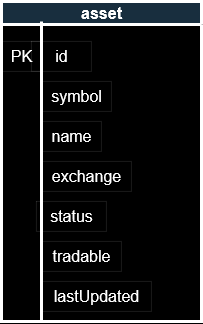
The draw.io diagram option-scanner/docs/OptionScanner.drawio.png in LarryDevinCarter/OptionScanner, before a commit. Source tidied: cells renumbered, new cells last; positions are measured from the earlier drawing's top-left corner, leaving out a move shared by most shapes.
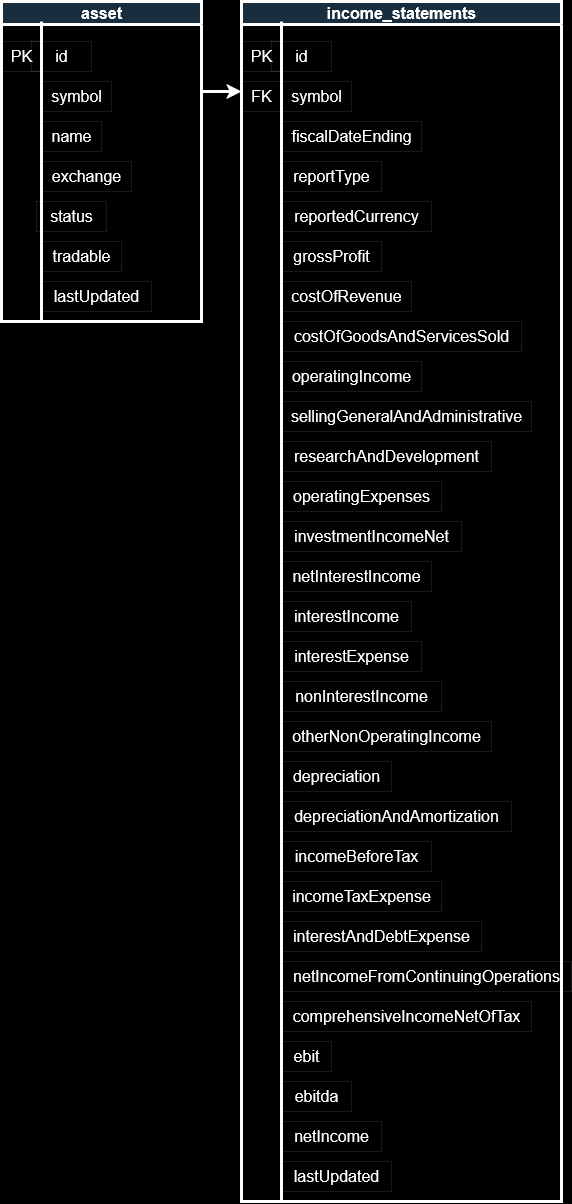
Later version of the same file.

Commit message:
add income statement processing and handled exceptions

The edit, as a diff of the source:
```diff
@@ -35,5 +35,112 @@
         <mxPoint x="40" y="20" as="targetPoint" />
       </mxGeometry>
     </mxCell>
+    <mxCell id="12" value="income_statements" style="swimlane;html=1;strokeColor=#FFFFFF;fontColor=#FFFFFF;fontSize=16;fillColor=#182E3E;strokeWidth=3;startSize=23;" parent="1" vertex="1">
+      <mxGeometry x="240" width="320" height="1200" as="geometry" />
+    </mxCell>
+    <mxCell id="13" value="PK " style="text;html=1;align=center;verticalAlign=middle;strokeColor=#FFFFFF;fontColor=#FFFFFF;fontSize=16;strokeWidth=0;" parent="12" vertex="1">
+      <mxGeometry y="40" width="40" height="30" as="geometry" />
+    </mxCell>
+    <mxCell id="14" value="id" style="text;html=1;align=center;verticalAlign=middle;rounded=0;strokeColor=#FFFFFF;fontColor=#FFFFFF;fontSize=16;strokeWidth=0;" parent="12" vertex="1">
+      <mxGeometry x="30" y="40" width="60" height="30" as="geometry" />
+    </mxCell>
+    <mxCell id="15" value="&lt;div&gt;symbol&lt;/div&gt;" style="text;html=1;align=center;verticalAlign=middle;strokeColor=#FFFFFF;fontColor=#FFFFFF;fontSize=16;strokeWidth=0;" parent="12" vertex="1">
+      <mxGeometry x="40" y="80" width="70" height="30" as="geometry" />
+    </mxCell>
+    <mxCell id="16" value="&lt;div&gt;fiscalDateEnding&lt;/div&gt;" style="text;html=1;align=center;verticalAlign=middle;strokeColor=#FFFFFF;fontColor=#FFFFFF;fontSize=16;strokeWidth=0;" parent="12" vertex="1">
+      <mxGeometry x="40" y="120" width="140" height="30" as="geometry" />
+    </mxCell>
+    <mxCell id="17" value="reportedCurrency" style="text;html=1;align=center;verticalAlign=middle;strokeColor=#FFFFFF;fontColor=#FFFFFF;fontSize=16;strokeWidth=0;" parent="12" vertex="1">
+      <mxGeometry x="40" y="200" width="150" height="30" as="geometry" />
+    </mxCell>
+    <mxCell id="18" value="reportType" style="text;html=1;align=center;verticalAlign=middle;strokeColor=#FFFFFF;fontColor=#FFFFFF;fontSize=16;strokeWidth=0;" parent="12" vertex="1">
+      <mxGeometry x="40" y="160" width="100" height="30" as="geometry" />
+    </mxCell>
+    <mxCell id="19" value="grossProfit" style="text;html=1;align=center;verticalAlign=middle;strokeColor=#FFFFFF;fontColor=#FFFFFF;fontSize=16;strokeWidth=0;" parent="12" vertex="1">
+      <mxGeometry x="40" y="240" width="100" height="30" as="geometry" />
+    </mxCell>
+    <mxCell id="20" value="costOfRevenue" style="text;html=1;align=center;verticalAlign=middle;strokeColor=#FFFFFF;fontColor=#FFFFFF;fontSize=16;strokeWidth=0;" parent="12" vertex="1">
+      <mxGeometry x="40" y="280" width="130" height="30" as="geometry" />
+    </mxCell>
+    <mxCell id="21" value="FK" style="text;html=1;align=center;verticalAlign=middle;points=[];strokeColor=#FFFFFF;fontColor=#FFFFFF;fontSize=16;strokeWidth=0;" parent="12" vertex="1">
+      <mxGeometry y="80" width="40" height="30" as="geometry" />
+    </mxCell>
+    <mxCell id="22" value="costOfGoodsAndServicesSold" style="text;html=1;align=center;verticalAlign=middle;strokeColor=#FFFFFF;fontColor=#FFFFFF;fontSize=16;strokeWidth=0;" parent="12" vertex="1">
+      <mxGeometry x="40" y="320" width="240" height="30" as="geometry" />
+    </mxCell>
+    <mxCell id="23" value="operatingIncome" style="text;html=1;align=center;verticalAlign=middle;strokeColor=#FFFFFF;fontColor=#FFFFFF;fontSize=16;strokeWidth=0;" parent="12" vertex="1">
+      <mxGeometry x="40" y="360" width="140" height="30" as="geometry" />
+    </mxCell>
+    <mxCell id="24" value="sellingGeneralAndAdministrative" style="text;html=1;align=center;verticalAlign=middle;strokeColor=#FFFFFF;fontColor=#FFFFFF;fontSize=16;strokeWidth=0;" parent="12" vertex="1">
+      <mxGeometry x="40" y="400" width="250" height="30" as="geometry" />
+    </mxCell>
+    <mxCell id="25" value="researchAndDevelopment" style="text;html=1;align=center;verticalAlign=middle;strokeColor=#FFFFFF;fontColor=#FFFFFF;fontSize=16;strokeWidth=0;" parent="12" vertex="1">
+      <mxGeometry x="40" y="440" width="210" height="30" as="geometry" />
+    </mxCell>
+    <mxCell id="26" value="operatingExpenses" style="text;html=1;align=center;verticalAlign=middle;strokeColor=#FFFFFF;fontColor=#FFFFFF;fontSize=16;strokeWidth=0;" parent="12" vertex="1">
+      <mxGeometry x="40" y="480" width="160" height="30" as="geometry" />
+    </mxCell>
+    <mxCell id="27" value="investmentIncomeNet" style="text;html=1;align=center;verticalAlign=middle;strokeColor=#FFFFFF;fontColor=#FFFFFF;fontSize=16;strokeWidth=0;" parent="12" vertex="1">
+      <mxGeometry x="40" y="520" width="180" height="30" as="geometry" />
+    </mxCell>
+    <mxCell id="28" value="netInterestIncome" style="text;html=1;align=center;verticalAlign=middle;strokeColor=#FFFFFF;fontColor=#FFFFFF;fontSize=16;strokeWidth=0;" parent="12" vertex="1">
+      <mxGeometry x="40" y="560" width="150" height="30" as="geometry" />
+    </mxCell>
+    <mxCell id="29" value="interestIncome" style="text;html=1;align=center;verticalAlign=middle;strokeColor=#FFFFFF;fontColor=#FFFFFF;fontSize=16;strokeWidth=0;" parent="12" vertex="1">
+      <mxGeometry x="40" y="600" width="130" height="30" as="geometry" />
+    </mxCell>
+    <mxCell id="30" value="interestExpense" style="text;html=1;align=center;verticalAlign=middle;strokeColor=#FFFFFF;fontColor=#FFFFFF;fontSize=16;strokeWidth=0;" parent="12" vertex="1">
+      <mxGeometry x="40" y="640" width="140" height="30" as="geometry" />
+    </mxCell>
+    <mxCell id="31" value="nonInterestIncome" style="text;html=1;align=center;verticalAlign=middle;strokeColor=#FFFFFF;fontColor=#FFFFFF;fontSize=16;strokeWidth=0;" parent="12" vertex="1">
+      <mxGeometry x="40" y="680" width="160" height="30" as="geometry" />
+    </mxCell>
+    <mxCell id="32" value="otherNonOperatingIncome" style="text;html=1;align=center;verticalAlign=middle;strokeColor=#FFFFFF;fontColor=#FFFFFF;fontSize=16;strokeWidth=0;" parent="12" vertex="1">
+      <mxGeometry x="40" y="720" width="210" height="30" as="geometry" />
+    </mxCell>
+    <mxCell id="33" value="depreciation" style="text;html=1;align=center;verticalAlign=middle;strokeColor=#FFFFFF;fontColor=#FFFFFF;fontSize=16;strokeWidth=0;" parent="12" vertex="1">
+      <mxGeometry x="40" y="760" width="110" height="30" as="geometry" />
+    </mxCell>
+    <mxCell id="34" value="depreciationAndAmortization" style="text;html=1;align=center;verticalAlign=middle;strokeColor=#FFFFFF;fontColor=#FFFFFF;fontSize=16;strokeWidth=0;" parent="12" vertex="1">
+      <mxGeometry x="40" y="800" width="230" height="30" as="geometry" />
+    </mxCell>
+    <mxCell id="35" value="incomeBeforeTax" style="text;html=1;align=center;verticalAlign=middle;strokeColor=#FFFFFF;fontColor=#FFFFFF;fontSize=16;strokeWidth=0;" parent="12" vertex="1">
+      <mxGeometry x="40" y="840" width="150" height="30" as="geometry" />
+    </mxCell>
+    <mxCell id="36" value="incomeTaxExpense" style="text;html=1;align=center;verticalAlign=middle;strokeColor=#FFFFFF;fontColor=#FFFFFF;fontSize=16;strokeWidth=0;" parent="12" vertex="1">
+      <mxGeometry x="40" y="880" width="160" height="30" as="geometry" />
+    </mxCell>
+    <mxCell id="37" value="interestAndDebtExpense" style="text;html=1;align=center;verticalAlign=middle;strokeColor=#FFFFFF;fontColor=#FFFFFF;fontSize=16;strokeWidth=0;" parent="12" vertex="1">
+      <mxGeometry x="40" y="920" width="200" height="30" as="geometry" />
+    </mxCell>
+    <mxCell id="38" value="netIncomeFromContinuingOperations" style="text;html=1;align=center;verticalAlign=middle;strokeColor=#FFFFFF;fontColor=#FFFFFF;fontSize=16;strokeWidth=0;" parent="12" vertex="1">
+      <mxGeometry x="40" y="960" width="290" height="30" as="geometry" />
+    </mxCell>
+    <mxCell id="39" value="comprehensiveIncomeNetOfTax" style="text;html=1;align=center;verticalAlign=middle;strokeColor=#FFFFFF;fontColor=#FFFFFF;fontSize=16;strokeWidth=0;" parent="12" vertex="1">
+      <mxGeometry x="40" y="1000" width="250" height="30" as="geometry" />
+    </mxCell>
+    <mxCell id="40" value="ebit" style="text;html=1;align=center;verticalAlign=middle;strokeColor=#FFFFFF;fontColor=#FFFFFF;fontSize=16;strokeWidth=0;" parent="12" vertex="1">
+      <mxGeometry x="40" y="1040" width="50" height="30" as="geometry" />
+    </mxCell>
+    <mxCell id="41" value="ebitda" style="text;html=1;align=center;verticalAlign=middle;strokeColor=#FFFFFF;fontColor=#FFFFFF;fontSize=16;strokeWidth=0;" parent="12" vertex="1">
+      <mxGeometry x="40" y="1080" width="70" height="30" as="geometry" />
+    </mxCell>
+    <mxCell id="42" value="netIncome" style="text;html=1;align=center;verticalAlign=middle;strokeColor=#FFFFFF;fontColor=#FFFFFF;fontSize=16;strokeWidth=0;" parent="12" vertex="1">
+      <mxGeometry x="40" y="1120" width="100" height="30" as="geometry" />
+    </mxCell>
+    <mxCell id="43" value="lastUpdated" style="text;html=1;align=center;verticalAlign=middle;strokeColor=#FFFFFF;fontColor=#FFFFFF;fontSize=16;strokeWidth=0;" parent="12" vertex="1">
+      <mxGeometry x="40" y="1160" width="110" height="30" as="geometry" />
+    </mxCell>
+    <mxCell id="44" style="endArrow=none;html=1;rounded=0;strokeColor=#FFFFFF;fontColor=#FFFFFF;fontSize=16;strokeWidth=3;" parent="1" edge="1">
+      <mxGeometry relative="1" as="geometry">
+        <mxPoint x="280" y="1200" as="sourcePoint" />
+        <mxPoint x="280" y="20" as="targetPoint" />
+      </mxGeometry>
+    </mxCell>
+    <mxCell id="45" style="endArrow=classic;html=1;rounded=0;entryX=0;entryY=0.333;entryDx=0;entryDy=0;entryPerimeter=0;strokeWidth=3;strokeColor=#FFFFFF;" parent="1" edge="1" target="21">
+      <mxGeometry relative="1" as="geometry">
+        <mxPoint x="200" y="90" as="sourcePoint" />
+      </mxGeometry>
+    </mxCell>
   </root>
 </mxGraphModel>
```
